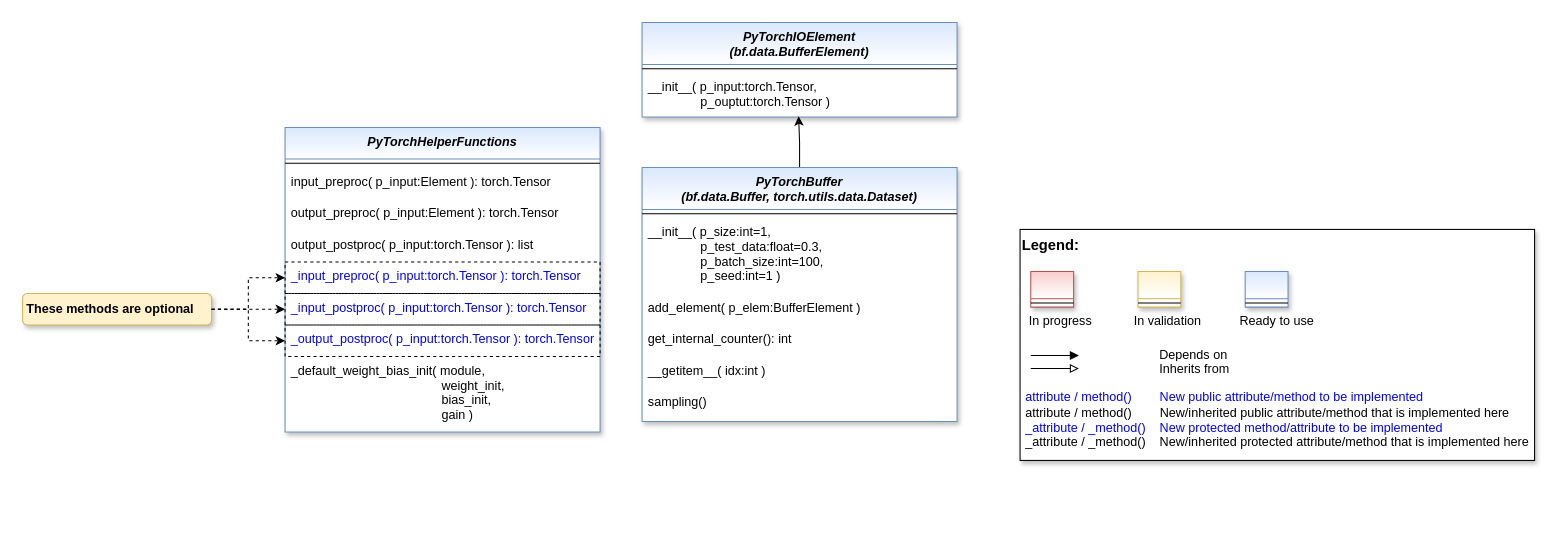
Earlier version of the draw.io diagram doc/rtd/content/04_appendices/appendix2/sub/pool/mlpro_sl/afct/images/MLPro-SL-pool-afct-pytorch_class_diagram.drawio (fhswf/MLPro). Source tidied: cells renumbered, new cells numbered last; positions are measured from the earlier drawing's top-left corner, leaving out a move shared by most shapes. Both pictures are drawn from the tidied source at 105%, with x=0, y=0 at pixel (22, 22).
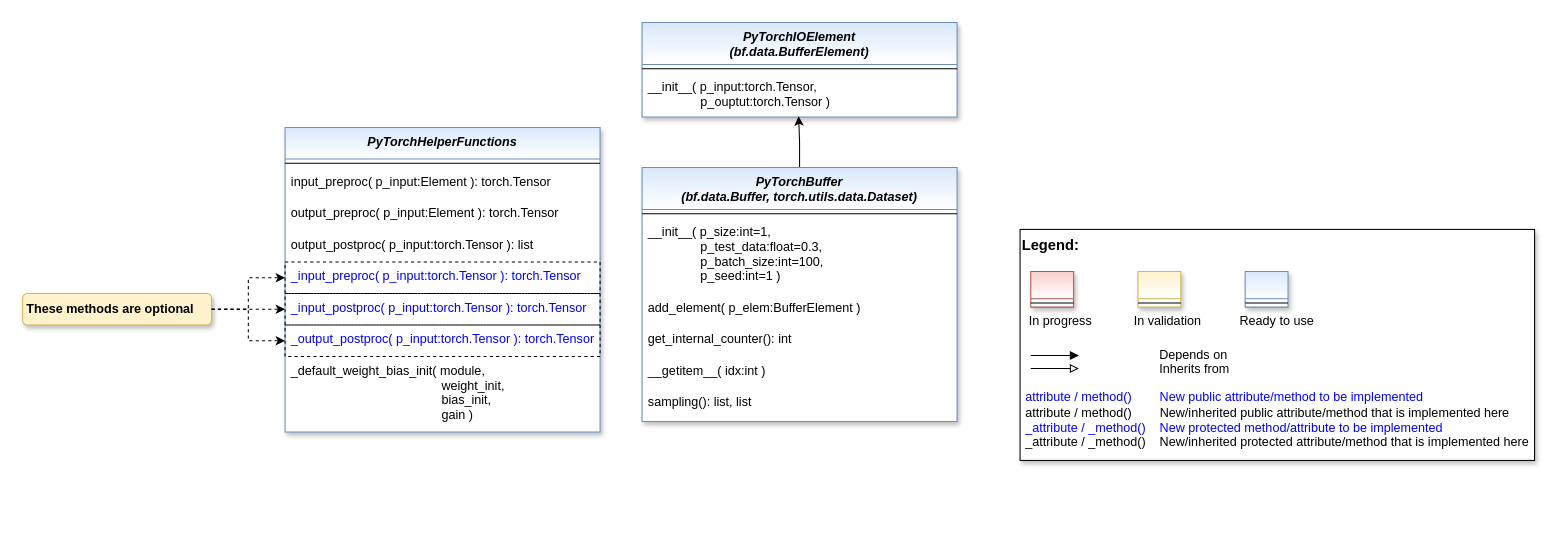
The same page after the edit.

Commit message (it also covers changes not shown here):
Refactoring PyTorchBuffer and update class diagram

The change refers to these unchanged cells:
```xml
<mxCell id="16" value="PyTorchBuffer&#10;(bf.data.Buffer, torch.utils.data.Dataset)" style="swimlane;fontStyle=3;align=center;verticalAlign=top;horizontal=1;startSize=40;rounded=0;shadow=1;strokeWidth=1;fillColor=#dae8fc;strokeColor=#6c8ebf;swimlaneFillColor=#ffffff;gradientColor=#FFFFFF;" parent="1" vertex="1">
  <mxGeometry x="590" y="138" width="300" height="242" as="geometry" />
</mxCell>
```

What changed in the source:
```diff
@@
-    <mxCell id="22" value="sampling()" style="text;align=left;verticalAlign=top;spacingLeft=4;spacingRight=4;overflow=hidden;fontColor=#000000;" parent="16" vertex="1">
+    <mxCell id="22" value="sampling(): list, list" style="text;align=left;verticalAlign=top;spacingLeft=4;spacingRight=4;overflow=hidden;fontColor=#000000;" parent="16" vertex="1">
       <mxGeometry y="210" width="300" height="30" as="geometry" />
     </mxCell>
```
